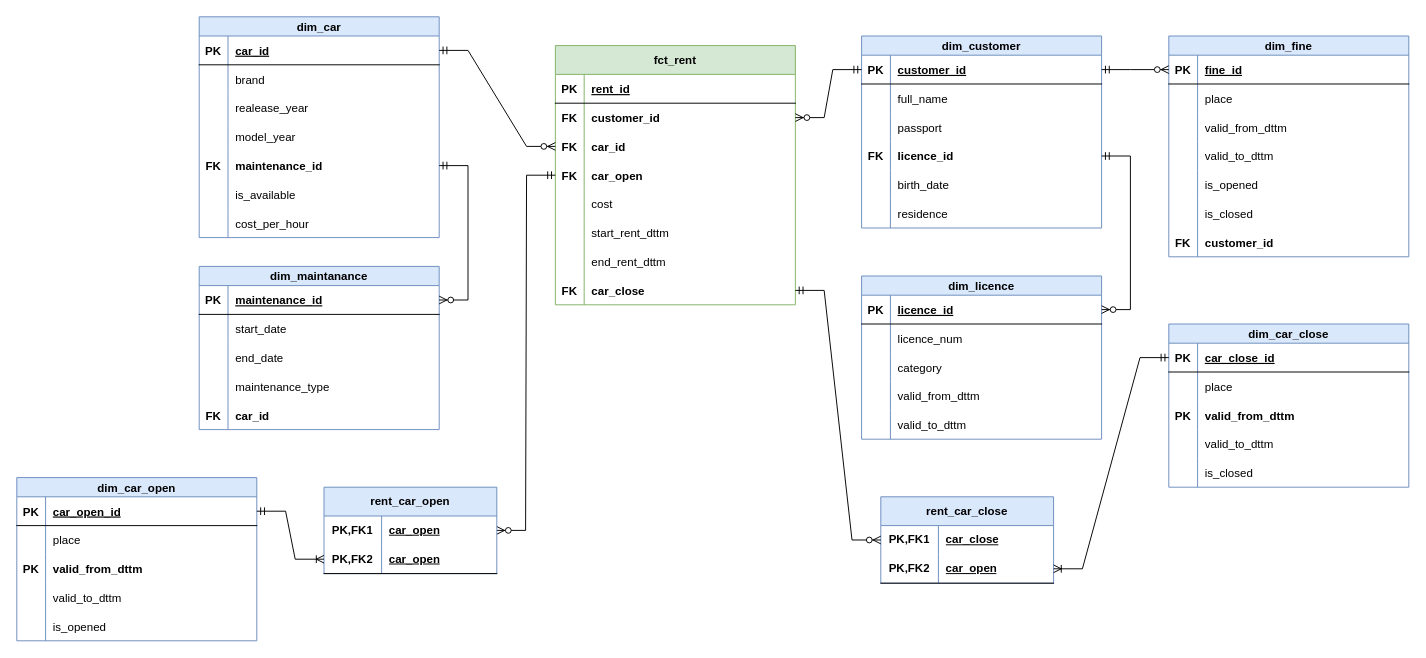
Earlier version of the draw.io diagram Homeworks/HW1/Part1_Kimball.drawio (marcheanin/DWH_VK_Education). Source tidied: cells renumbered, new cells numbered last; positions are measured from the earlier drawing's top-left corner, leaving out a move shared by most shapes. Both pictures are drawn from the tidied source at 96%, with x=0, y=0 at pixel (16, 16).
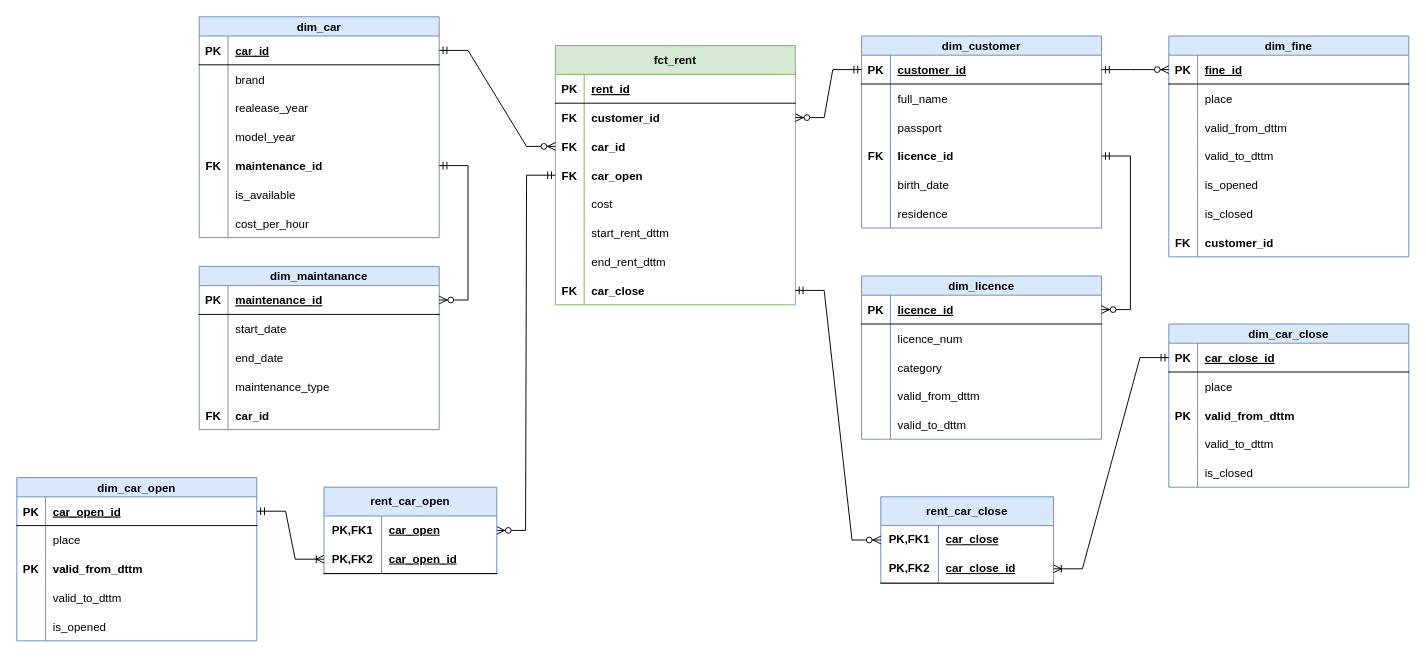
The same diagram, later.

The change refers to these unchanged cells:
```xml
<mxCell id="164" style="shape=tableRow;horizontal=0;startSize=0;swimlaneHead=0;swimlaneBody=0;fillColor=none;points=[[0,0.5],[1,0.5]];portConstraint=eastwest;top=0;left=0;right=0;bottom=1;html=1;" parent="160" vertex="1">
  <mxGeometry y="60" width="180" height="30" as="geometry" />
</mxCell>
<mxCell id="171" style="shape=tableRow;horizontal=0;startSize=0;swimlaneHead=0;swimlaneBody=0;fillColor=none;points=[[0,0.5],[1,0.5]];portConstraint=eastwest;top=0;left=0;right=0;bottom=1;html=1;" parent="167" vertex="1">
  <mxGeometry y="60" width="180" height="30" as="geometry" />
</mxCell>
```

The edit, as a diff of the source:
```diff
@@
-    <mxCell id="166" value="car_open" style="shape=partialRectangle;fillColor=none;top=0;left=0;bottom=0;right=0;align=left;spacingLeft=6;fontStyle=5;overflow=hidden;html=1;whiteSpace=wrap;" parent="164" vertex="1">
+    <mxCell id="166" value="car_close_id" style="shape=partialRectangle;fillColor=none;top=0;left=0;bottom=0;right=0;align=left;spacingLeft=6;fontStyle=5;overflow=hidden;html=1;whiteSpace=wrap;" parent="164" vertex="1">
       <mxGeometry x="60" width="120" height="30" as="geometry" />
     </mxCell>
@@
-    <mxCell id="173" value="car_open" style="shape=partialRectangle;fillColor=none;top=0;left=0;bottom=0;right=0;align=left;spacingLeft=6;fontStyle=5;overflow=hidden;html=1;whiteSpace=wrap;" parent="171" vertex="1">
+    <mxCell id="173" value="car_open_id" style="shape=partialRectangle;fillColor=none;top=0;left=0;bottom=0;right=0;align=left;spacingLeft=6;fontStyle=5;overflow=hidden;html=1;whiteSpace=wrap;" parent="171" vertex="1">
       <mxGeometry x="60" width="120" height="30" as="geometry" />
     </mxCell>
```
